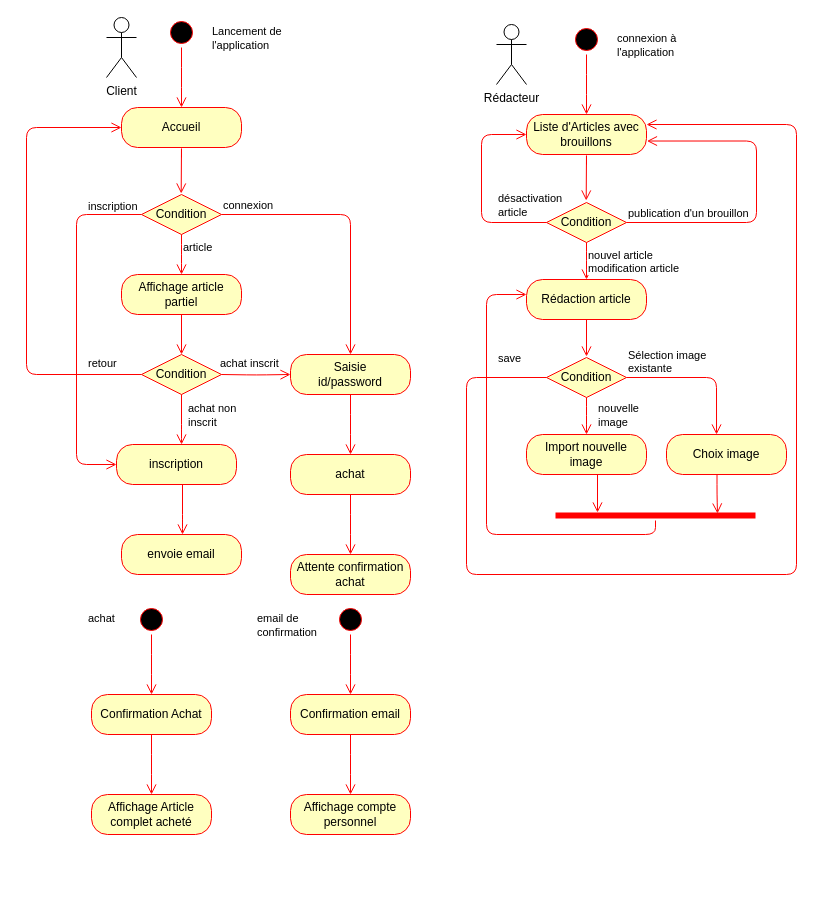
Wathil/POECNews keeps this draw.io diagram as diagrams/Activity Diagram.drawio. Above is the earlier version. Source tidied: cells renumbered, new cells numbered last; positions are measured from the earlier drawing's top-left corner, leaving out a move shared by most shapes. Both pictures are drawn from the tidied source at 100%, with x=0, y=0 at pixel (26, 17).
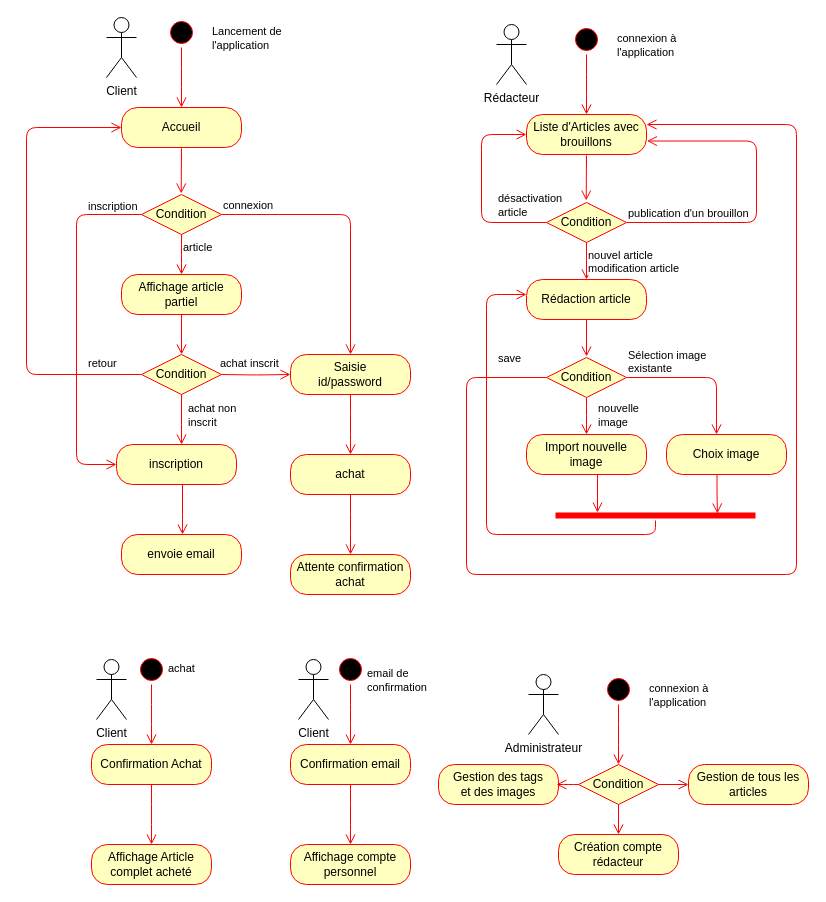
The same diagram, later.

Diff of the diagram source:
```diff
@@
     <mxCell id="29" style="ellipse;html=1;shape=startState;fillColor=#000000;strokeColor=#ff0000;" parent="1" vertex="1">
-      <mxGeometry x="110" y="587" width="30" height="30" as="geometry" />
+      <mxGeometry x="110" y="637" width="30" height="30" as="geometry" />
     </mxCell>
     <mxCell id="30" style="edgeStyle=orthogonalEdgeStyle;html=1;verticalAlign=bottom;endArrow=open;endSize=8;strokeColor=#ff0000;" parent="1" edge="1" source="29">
       <mxGeometry relative="1" as="geometry">
-        <mxPoint x="125" y="677" as="targetPoint" />
+        <mxPoint x="125" y="727" as="targetPoint" />
       </mxGeometry>
     </mxCell>
     <mxCell id="31" value="Confirmation Achat" style="rounded=1;whiteSpace=wrap;html=1;arcSize=40;fontColor=#000000;fillColor=#ffffc0;strokeColor=#ff0000;" parent="1" vertex="1">
-      <mxGeometry x="65" y="677" width="120" height="40" as="geometry" />
+      <mxGeometry x="65" y="727" width="120" height="40" as="geometry" />
     </mxCell>
     <mxCell id="32" style="edgeStyle=orthogonalEdgeStyle;html=1;verticalAlign=bottom;endArrow=open;endSize=8;strokeColor=#ff0000;exitX=0.5;exitY=1;exitDx=0;exitDy=0;" parent="1" edge="1" source="31">
       <mxGeometry relative="1" as="geometry">
-        <mxPoint x="125" y="777" as="targetPoint" />
+        <mxPoint x="125" y="827" as="targetPoint" />
       </mxGeometry>
     </mxCell>
     <mxCell id="33" value="Affichage Article complet acheté" style="rounded=1;whiteSpace=wrap;html=1;arcSize=40;fontColor=#000000;fillColor=#ffffc0;strokeColor=#ff0000;" parent="1" vertex="1">
-      <mxGeometry x="65" y="777" width="120" height="40" as="geometry" />
+      <mxGeometry x="65" y="827" width="120" height="40" as="geometry" />
     </mxCell>
     <mxCell id="34" style="ellipse;html=1;shape=startState;fillColor=#000000;strokeColor=#ff0000;" parent="1" vertex="1">
-      <mxGeometry x="309" y="587" width="30" height="30" as="geometry" />
+      <mxGeometry x="309" y="637" width="30" height="30" as="geometry" />
     </mxCell>
     <mxCell id="35" style="edgeStyle=orthogonalEdgeStyle;html=1;verticalAlign=bottom;endArrow=open;endSize=8;strokeColor=#ff0000;" parent="1" edge="1" source="34">
       <mxGeometry relative="1" as="geometry">
-        <mxPoint x="324" y="677" as="targetPoint" />
+        <mxPoint x="324" y="727" as="targetPoint" />
       </mxGeometry>
     </mxCell>
     <mxCell id="36" value="Confirmation email" style="rounded=1;whiteSpace=wrap;html=1;arcSize=40;fontColor=#000000;fillColor=#ffffc0;strokeColor=#ff0000;" parent="1" vertex="1">
-      <mxGeometry x="264" y="677" width="120" height="40" as="geometry" />
+      <mxGeometry x="264" y="727" width="120" height="40" as="geometry" />
     </mxCell>
     <mxCell id="37" style="edgeStyle=orthogonalEdgeStyle;html=1;verticalAlign=bottom;endArrow=open;endSize=8;strokeColor=#ff0000;exitX=0.5;exitY=1;exitDx=0;exitDy=0;" parent="1" edge="1" source="36">
       <mxGeometry relative="1" as="geometry">
-        <mxPoint x="324" y="777" as="targetPoint" />
+        <mxPoint x="324" y="827" as="targetPoint" />
       </mxGeometry>
     </mxCell>
     <mxCell id="38" value="Affichage compte personnel" style="rounded=1;whiteSpace=wrap;html=1;arcSize=40;fontColor=#000000;fillColor=#ffffc0;strokeColor=#ff0000;" parent="1" vertex="1">
-      <mxGeometry x="264" y="777" width="120" height="40" as="geometry" />
+      <mxGeometry x="264" y="827" width="120" height="40" as="geometry" />
     </mxCell>
@@
     <mxCell id="40" value="&lt;font face=&quot;helvetica&quot;&gt;&lt;span style=&quot;font-size: 11px ; background-color: rgb(255 , 255 , 255)&quot;&gt;achat&lt;/span&gt;&lt;/font&gt;" style="text;whiteSpace=wrap;html=1;" parent="1" vertex="1">
-      <mxGeometry x="60" y="587" width="40" height="30" as="geometry" />
+      <mxGeometry x="140" y="637" width="40" height="30" as="geometry" />
     </mxCell>
     <mxCell id="41" value="&lt;font face=&quot;helvetica&quot;&gt;&lt;span style=&quot;font-size: 11px ; background-color: rgb(255 , 255 , 255)&quot;&gt;email de confirmation&lt;/span&gt;&lt;/font&gt;" style="text;whiteSpace=wrap;html=1;" parent="1" vertex="1">
-      <mxGeometry x="229" y="587" width="80" height="30" as="geometry" />
+      <mxGeometry x="339" y="642" width="80" height="30" as="geometry" />
     </mxCell>
@@
+    <mxCell id="67" value="Administrateur" style="shape=umlActor;verticalLabelPosition=bottom;verticalAlign=top;html=1;" parent="1" vertex="1">
+      <mxGeometry x="502" y="657" width="30" height="60" as="geometry" />
+    </mxCell>
+    <mxCell id="68" style="ellipse;html=1;shape=startState;fillColor=#000000;strokeColor=#ff0000;" parent="1" vertex="1">
+      <mxGeometry x="577" y="657" width="30" height="30" as="geometry" />
+    </mxCell>
+    <mxCell id="69" style="edgeStyle=orthogonalEdgeStyle;html=1;verticalAlign=bottom;endArrow=open;endSize=8;strokeColor=#ff0000;" parent="1" edge="1" source="68">
+      <mxGeometry relative="1" as="geometry">
+        <mxPoint x="592" y="747" as="targetPoint" />
+      </mxGeometry>
+    </mxCell>
+    <mxCell id="70" value="&lt;font face=&quot;helvetica&quot;&gt;&lt;span style=&quot;font-size: 11px ; background-color: rgb(255 , 255 , 255)&quot;&gt;connexion à l'application&lt;/span&gt;&lt;/font&gt;" style="text;whiteSpace=wrap;html=1;" parent="1" vertex="1">
+      <mxGeometry x="621" y="657" width="80" height="30" as="geometry" />
+    </mxCell>
+    <mxCell id="71" value="Condition" style="rhombus;whiteSpace=wrap;html=1;fillColor=#ffffc0;strokeColor=#ff0000;" parent="1" vertex="1">
+      <mxGeometry x="552" y="747" width="80" height="40" as="geometry" />
+    </mxCell>
+    <mxCell id="72" value="Création compte rédacteur" style="rounded=1;whiteSpace=wrap;html=1;arcSize=40;fontColor=#000000;fillColor=#ffffc0;strokeColor=#ff0000;" parent="1" vertex="1">
+      <mxGeometry x="532" y="817" width="120" height="40" as="geometry" />
+    </mxCell>
+    <mxCell id="73" value="Gestion de tous les articles" style="rounded=1;whiteSpace=wrap;html=1;arcSize=40;fontColor=#000000;fillColor=#ffffc0;strokeColor=#ff0000;" parent="1" vertex="1">
+      <mxGeometry x="662" y="747" width="120" height="40" as="geometry" />
+    </mxCell>
+    <mxCell id="74" value="Gestion des tags&lt;br&gt;et des images" style="rounded=1;whiteSpace=wrap;html=1;arcSize=40;fontColor=#000000;fillColor=#ffffc0;strokeColor=#ff0000;" parent="1" vertex="1">
+      <mxGeometry x="412" y="747" width="120" height="40" as="geometry" />
+    </mxCell>
+    <mxCell id="75" style="edgeStyle=orthogonalEdgeStyle;html=1;verticalAlign=bottom;endArrow=open;endSize=8;strokeColor=#ff0000;exitX=0.5;exitY=1;exitDx=0;exitDy=0;entryX=0.5;entryY=0;entryDx=0;entryDy=0;" parent="1" edge="1" source="71" target="72">
+      <mxGeometry relative="1" as="geometry" />
+    </mxCell>
+    <mxCell id="76" style="edgeStyle=orthogonalEdgeStyle;html=1;verticalAlign=bottom;endArrow=open;endSize=8;strokeColor=#ff0000;exitX=1;exitY=0.5;exitDx=0;exitDy=0;entryX=0;entryY=0.5;entryDx=0;entryDy=0;" parent="1" edge="1" source="71" target="73">
+      <mxGeometry relative="1" as="geometry" />
+    </mxCell>
+    <mxCell id="77" style="edgeStyle=orthogonalEdgeStyle;html=1;verticalAlign=bottom;endArrow=open;endSize=8;strokeColor=#ff0000;exitX=0;exitY=0.5;exitDx=0;exitDy=0;" parent="1" edge="1" source="71">
+      <mxGeometry relative="1" as="geometry">
+        <mxPoint x="530" y="767" as="targetPoint" />
+      </mxGeometry>
+    </mxCell>
+    <mxCell id="78" value="Client" style="shape=umlActor;verticalLabelPosition=bottom;verticalAlign=top;html=1;" parent="1" vertex="1">
+      <mxGeometry x="70" y="642" width="30" height="60" as="geometry" />
+    </mxCell>
+    <mxCell id="79" value="Client" style="shape=umlActor;verticalLabelPosition=bottom;verticalAlign=top;html=1;" parent="1" vertex="1">
+      <mxGeometry x="272" y="642" width="30" height="60" as="geometry" />
+    </mxCell>
```
